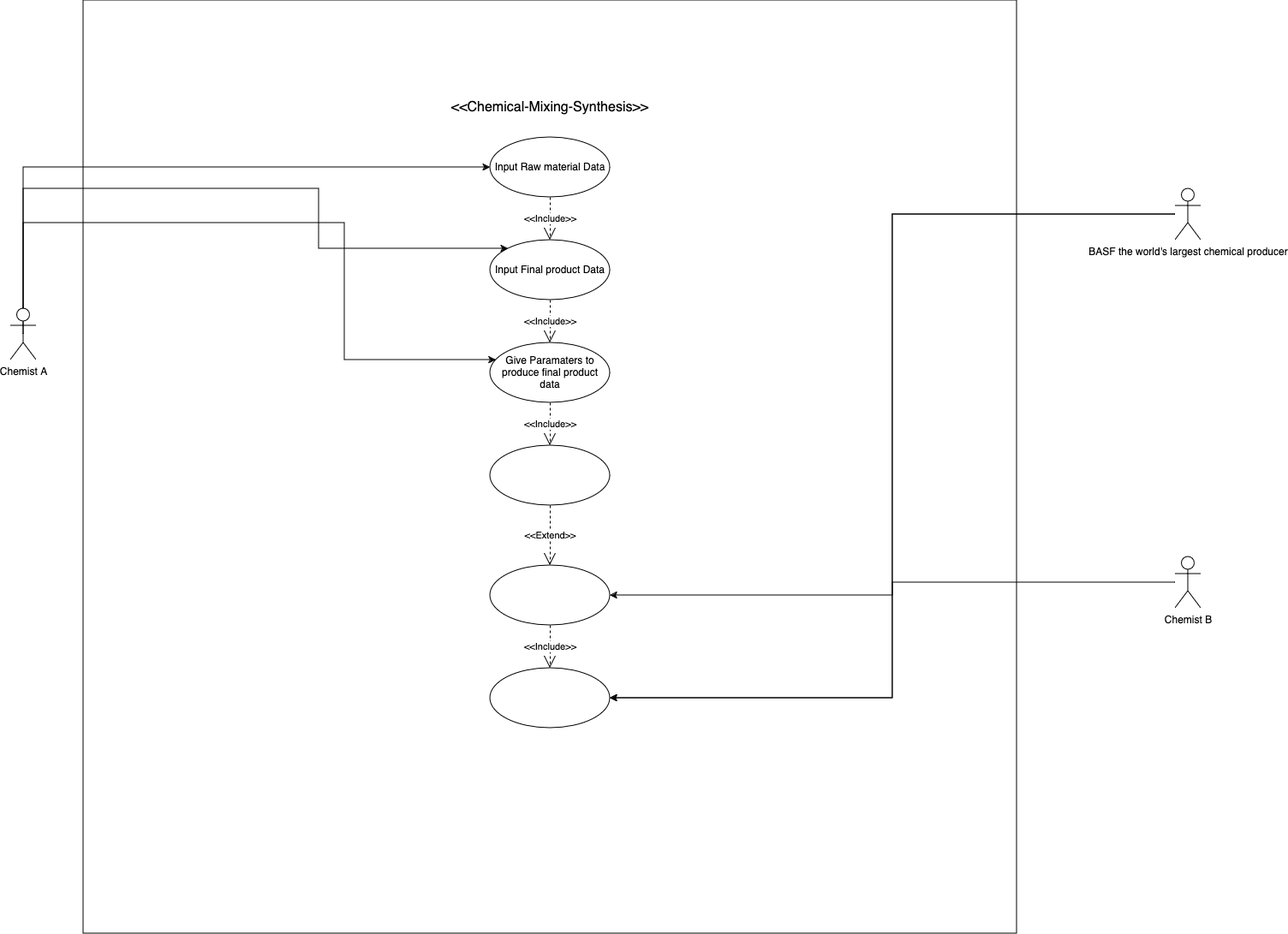
Earlier version of the draw.io export use-case.png (a-l-a-z-a-r/Chemical-Mixing-Data-Synthesis). Source tidied: cells renumbered, new cells last; positions are measured from the earlier drawing's top-left corner, leaving out a move shared by most shapes.
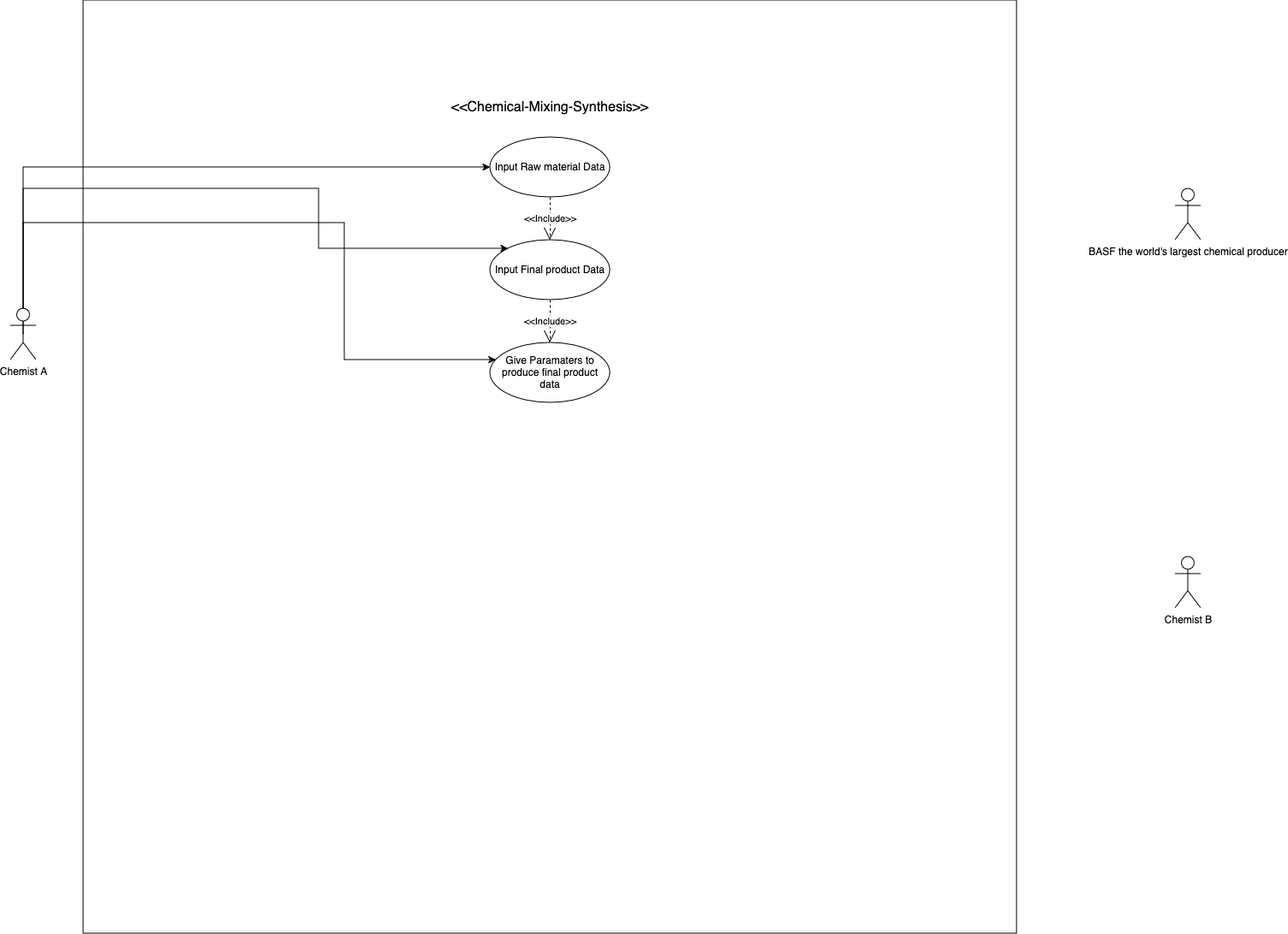
The same diagram one commit later.

Change to the diagram source:
```diff
@@ -33,12 +33,6 @@
     <mxCell id="6" value="Chemist A" style="shape=umlActor;verticalLabelPosition=bottom;verticalAlign=top;html=1;outlineConnect=0;labelBackgroundColor=none;" parent="1" vertex="1">
       <mxGeometry y="360" width="30" height="60" as="geometry" />
     </mxCell>
-    <mxCell id="7" style="edgeStyle=orthogonalEdgeStyle;rounded=0;jettySize=auto;html=1;entryX=1;entryY=0.5;entryDx=0;entryDy=0;" parent="1" edge="1" source="9" target="14">
-      <mxGeometry relative="1" as="geometry" />
-    </mxCell>
-    <mxCell id="8" style="edgeStyle=orthogonalEdgeStyle;rounded=0;jettySize=auto;html=1;entryX=1;entryY=0.5;entryDx=0;entryDy=0;" parent="1" edge="1" source="9" target="19">
-      <mxGeometry relative="1" as="geometry" />
-    </mxCell>
     <mxCell id="9" value="BASF the world's largest chemical producer" style="shape=umlActor;verticalLabelPosition=bottom;verticalAlign=top;html=1;outlineConnect=0;labelBackgroundColor=none;" parent="1" vertex="1">
       <mxGeometry x="1360" y="220" width="30" height="60" as="geometry" />
     </mxCell>
@@ -51,36 +45,15 @@
     <mxCell id="12" value="&lt;div&gt;Give Paramaters to produce final product data &lt;br&gt;&lt;/div&gt;" style="ellipse;whiteSpace=wrap;html=1;" parent="1" vertex="1">
       <mxGeometry x="560" y="400" width="140" height="70" as="geometry" />
     </mxCell>
-    <mxCell id="13" style="ellipse;whiteSpace=wrap;html=1;" parent="1" vertex="1">
-      <mxGeometry x="560" y="520" width="140" height="70" as="geometry" />
-    </mxCell>
-    <mxCell id="14" style="ellipse;whiteSpace=wrap;html=1;" parent="1" vertex="1">
-      <mxGeometry x="560" y="660" width="140" height="70" as="geometry" />
-    </mxCell>
     <mxCell id="15" value="&amp;lt;&amp;lt;Chemical-Mixing-Synthesis&amp;gt;&amp;gt;" style="text;strokeColor=none;fillColor=none;html=1;align=center;verticalAlign=middle;whiteSpace=wrap;rounded=0;fontSize=16;" parent="1" vertex="1">
       <mxGeometry x="485" y="110" width="290" height="30" as="geometry" />
     </mxCell>
     <mxCell id="16" value="&amp;lt;&amp;lt;Include&amp;gt;&amp;gt;" style="endArrow=open;endSize=12;dashed=1;html=1;rounded=0;exitX=0.5;exitY=1;exitDx=0;exitDy=0;entryX=0.5;entryY=0;entryDx=0;entryDy=0;" parent="1" edge="1" source="11" target="12">
       <mxGeometry relative="1" as="geometry" />
     </mxCell>
-    <mxCell id="17" value="&amp;lt;&amp;lt;Include&amp;gt;&amp;gt;" style="endArrow=open;endSize=12;dashed=1;html=1;rounded=0;" parent="1" edge="1" source="12" target="13">
-      <mxGeometry relative="1" as="geometry" />
-    </mxCell>
-    <mxCell id="18" value="&amp;lt;&amp;lt;Extend&amp;gt;&amp;gt; " style="endArrow=open;endSize=12;dashed=1;html=1;rounded=0;exitX=0.5;exitY=1;exitDx=0;exitDy=0;entryX=0.5;entryY=0;entryDx=0;entryDy=0;" parent="1" edge="1" source="13" target="14">
-      <mxGeometry relative="1" as="geometry" />
-    </mxCell>
-    <mxCell id="19" style="ellipse;whiteSpace=wrap;html=1;" parent="1" vertex="1">
-      <mxGeometry x="560" y="780" width="140" height="70" as="geometry" />
-    </mxCell>
-    <mxCell id="20" style="edgeStyle=orthogonalEdgeStyle;rounded=0;jettySize=auto;html=1;entryX=1;entryY=0.5;entryDx=0;entryDy=0;" parent="1" edge="1" source="21" target="19">
-      <mxGeometry relative="1" as="geometry" />
-    </mxCell>
     <mxCell id="21" value="Chemist B" style="shape=umlActor;verticalLabelPosition=bottom;verticalAlign=top;html=1;" parent="1" vertex="1">
       <mxGeometry x="1360" y="650" width="30" height="60" as="geometry" />
     </mxCell>
-    <mxCell id="22" value="&amp;lt;&amp;lt;Include&amp;gt;&amp;gt; " style="endArrow=open;endSize=12;dashed=1;html=1;rounded=0;entryX=0.5;entryY=0;entryDx=0;entryDy=0;" parent="1" edge="1" source="14" target="19">
-      <mxGeometry relative="1" as="geometry" />
-    </mxCell>
     <mxCell id="23" value="&amp;lt;&amp;lt;Include&amp;gt;&amp;gt;" style="endArrow=open;endSize=12;dashed=1;html=1;rounded=0;exitX=0.5;exitY=1;exitDx=0;exitDy=0;" parent="1" edge="1" source="10" target="11">
       <mxGeometry relative="1" as="geometry" />
     </mxCell>
```
